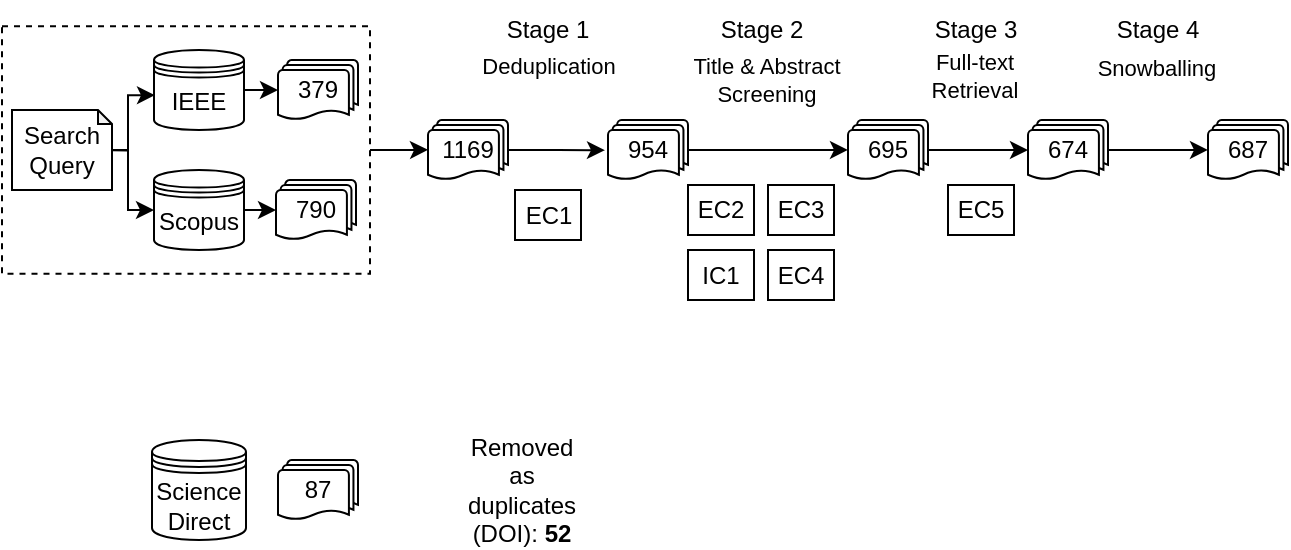
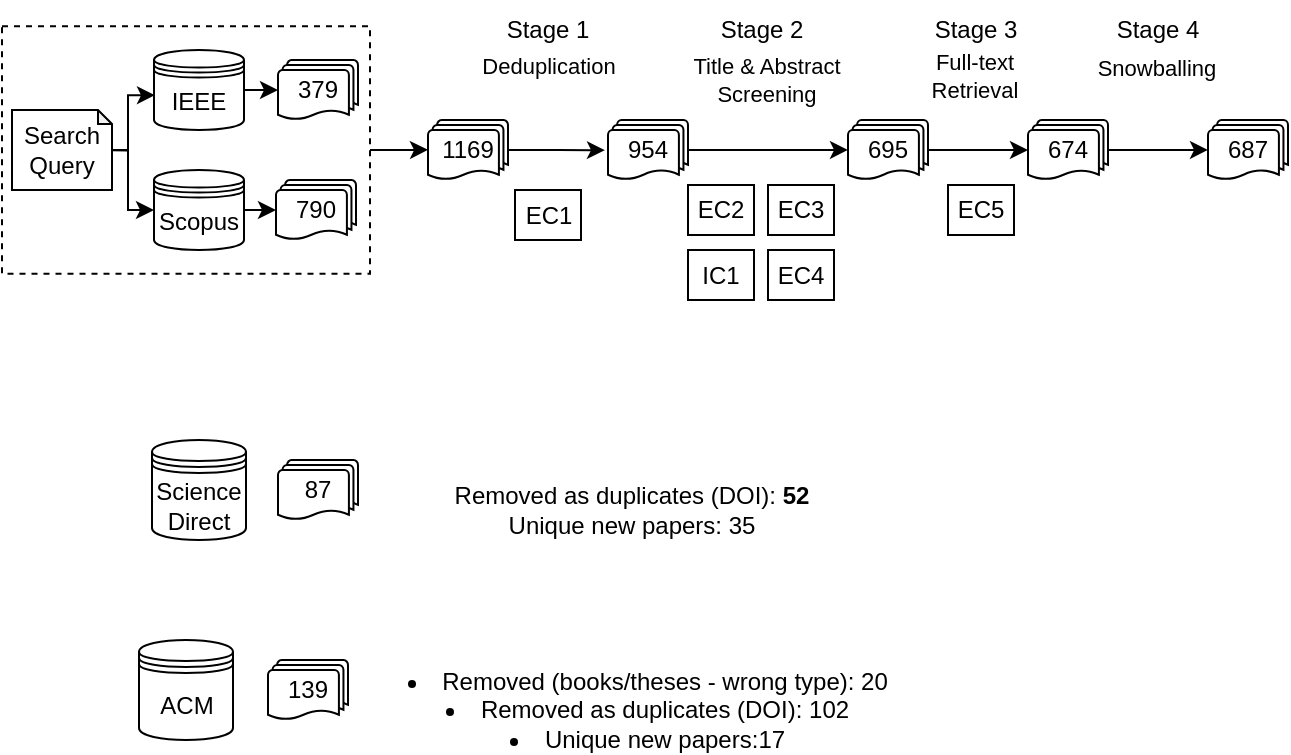
<mxfile host="app.diagrams.net" agent="Mozilla/5.0 (Windows NT 10.0; Win64; x64) AppleWebKit/537.36 (KHTML, like Gecko) Chrome/145.0.0.0 Safari/537.36">
  <diagram name="Page-1" id="EPD-pxOS8JDJHKGQRMdU">
-     <mxGraphModel dx="890" dy="476" grid="1" gridSize="10" guides="1" tooltips="1" connect="1" arrows="1" fold="1" page="1" pageScale="1" pageWidth="850" pageHeight="1100" math="0" shadow="0">
+     <mxGraphModel dx="686" dy="367" grid="1" gridSize="10" guides="1" tooltips="1" connect="1" arrows="1" fold="1" page="1" pageScale="1" pageWidth="850" pageHeight="1100" math="0" shadow="0">
      <root>
        <mxCell id="0" />
        <mxCell id="1" parent="0" />
        <mxCell id="lcWgrL02LOkPsSpJKyJC-1" edge="1" parent="1" source="lcWgrL02LOkPsSpJKyJC-2" style="edgeStyle=orthogonalEdgeStyle;rounded=0;orthogonalLoop=1;jettySize=auto;html=1;">
          <mxGeometry relative="1" as="geometry">
            <mxPoint x="360" y="204.87" as="targetPoint" />
          </mxGeometry>
        </mxCell>
        <mxCell id="lcWgrL02LOkPsSpJKyJC-2" parent="1" style="rounded=0;whiteSpace=wrap;html=1;dashed=1;movable=1;resizable=1;rotatable=1;deletable=1;editable=1;locked=0;connectable=1;" value="" vertex="1">
          <mxGeometry height="123.75" width="184" x="147" y="143.12" as="geometry" />
        </mxCell>
        <mxCell id="lcWgrL02LOkPsSpJKyJC-3" edge="1" parent="1" source="lcWgrL02LOkPsSpJKyJC-4" style="edgeStyle=orthogonalEdgeStyle;rounded=0;orthogonalLoop=1;jettySize=auto;html=1;entryX=0.011;entryY=0.565;entryDx=0;entryDy=0;entryPerimeter=0;" target="lcWgrL02LOkPsSpJKyJC-6">
          <mxGeometry relative="1" as="geometry">
            <Array as="points">
              <mxPoint x="210" y="205" />
              <mxPoint x="210" y="178" />
            </Array>
          </mxGeometry>
        </mxCell>
        <mxCell id="lcWgrL02LOkPsSpJKyJC-4" parent="1" style="shape=note;whiteSpace=wrap;html=1;backgroundOutline=1;darkOpacity=0.05;size=7;" value="Search&lt;div&gt;Query&lt;/div&gt;" vertex="1">
          <mxGeometry height="40" width="50" x="152" y="185" as="geometry" />
        </mxCell>
        <mxCell id="lcWgrL02LOkPsSpJKyJC-5" parent="1" style="shape=datastore;whiteSpace=wrap;html=1;" value="Scopus" vertex="1">
          <mxGeometry height="40" width="45" x="223" y="215" as="geometry" />
        </mxCell>
        <mxCell id="lcWgrL02LOkPsSpJKyJC-6" parent="1" style="shape=datastore;whiteSpace=wrap;html=1;" value="IEEE" vertex="1">
          <mxGeometry height="40" width="45" x="223" y="155" as="geometry" />
        </mxCell>
        <mxCell id="lcWgrL02LOkPsSpJKyJC-7" edge="1" parent="1" source="lcWgrL02LOkPsSpJKyJC-4" style="edgeStyle=orthogonalEdgeStyle;rounded=0;orthogonalLoop=1;jettySize=auto;html=1;entryX=0;entryY=0.5;entryDx=0;entryDy=0;exitX=1;exitY=0.504;exitDx=0;exitDy=0;exitPerimeter=0;" target="lcWgrL02LOkPsSpJKyJC-5">
          <mxGeometry relative="1" as="geometry">
            <Array as="points">
              <mxPoint x="210" y="205" />
              <mxPoint x="210" y="235" />
            </Array>
            <mxPoint x="170" y="205" as="sourcePoint" />
          </mxGeometry>
        </mxCell>
        <mxCell id="lcWgrL02LOkPsSpJKyJC-8" parent="1" style="strokeWidth=1;html=1;shape=mxgraph.flowchart.multi-document;whiteSpace=wrap;" value="790" vertex="1">
          <mxGeometry height="30" width="40" x="284" y="220" as="geometry" />
        </mxCell>
        <mxCell id="lcWgrL02LOkPsSpJKyJC-9" parent="1" style="strokeWidth=1;html=1;shape=mxgraph.flowchart.multi-document;whiteSpace=wrap;" value="379" vertex="1">
          <mxGeometry height="30" width="40" x="285" y="160" as="geometry" />
        </mxCell>
        <mxCell id="lcWgrL02LOkPsSpJKyJC-12" edge="1" parent="1" source="lcWgrL02LOkPsSpJKyJC-14" style="edgeStyle=orthogonalEdgeStyle;rounded=0;orthogonalLoop=1;jettySize=auto;html=1;entryX=-0.038;entryY=0.504;entryDx=0;entryDy=0;entryPerimeter=0;" target="lcWgrL02LOkPsSpJKyJC-17">
          <mxGeometry relative="1" as="geometry">
            <mxPoint x="470" y="205" as="targetPoint" />
          </mxGeometry>
        </mxCell>
        <mxCell id="lcWgrL02LOkPsSpJKyJC-13" connectable="0" parent="lcWgrL02LOkPsSpJKyJC-12" style="edgeLabel;html=1;align=center;verticalAlign=middle;resizable=0;points=[];" value="Deduplication" vertex="1">
          <mxGeometry relative="1" x="-0.0065" y="-1" as="geometry">
            <mxPoint x="-4" y="-43" as="offset" />
          </mxGeometry>
        </mxCell>
        <mxCell id="lcWgrL02LOkPsSpJKyJC-14" parent="1" style="strokeWidth=1;html=1;shape=mxgraph.flowchart.multi-document;whiteSpace=wrap;" value="1169" vertex="1">
          <mxGeometry height="30" width="40" x="360" y="190" as="geometry" />
        </mxCell>
        <mxCell id="lcWgrL02LOkPsSpJKyJC-15" edge="1" parent="1" source="lcWgrL02LOkPsSpJKyJC-17" style="edgeStyle=orthogonalEdgeStyle;rounded=0;orthogonalLoop=1;jettySize=auto;html=1;entryX=0;entryY=0.5;entryDx=0;entryDy=0;entryPerimeter=0;" target="lcWgrL02LOkPsSpJKyJC-19">
          <mxGeometry relative="1" as="geometry">
            <Array as="points" />
            <mxPoint x="570" y="205.00000000000006" as="targetPoint" />
          </mxGeometry>
        </mxCell>
        <mxCell id="lcWgrL02LOkPsSpJKyJC-16" connectable="0" parent="lcWgrL02LOkPsSpJKyJC-15" style="edgeLabel;html=1;align=center;verticalAlign=middle;resizable=0;points=[];" value="Title &amp;amp; Abstract&lt;div&gt;Screening&lt;/div&gt;" vertex="1">
          <mxGeometry relative="1" x="-0.1294" y="-1" as="geometry">
            <mxPoint x="4" y="-36" as="offset" />
          </mxGeometry>
        </mxCell>
        <mxCell id="lcWgrL02LOkPsSpJKyJC-17" parent="1" style="strokeWidth=1;html=1;shape=mxgraph.flowchart.multi-document;whiteSpace=wrap;" value="954" vertex="1">
          <mxGeometry height="30" width="40" x="450" y="189.99" as="geometry" />
        </mxCell>
        <mxCell id="lcWgrL02LOkPsSpJKyJC-18" parent="1" style="rounded=0;whiteSpace=wrap;html=1;" value="EC1" vertex="1">
          <mxGeometry height="25" width="33" x="403.5" y="225" as="geometry" />
        </mxCell>
        <mxCell id="lcWgrL02LOkPsSpJKyJC-19" parent="1" style="strokeWidth=1;html=1;shape=mxgraph.flowchart.multi-document;whiteSpace=wrap;" value="695" vertex="1">
          <mxGeometry height="30" width="40" x="570" y="189.99" as="geometry" />
        </mxCell>
        <mxCell id="lcWgrL02LOkPsSpJKyJC-20" parent="1" style="rounded=0;whiteSpace=wrap;html=1;" value="EC2" vertex="1">
          <mxGeometry height="25" width="33" x="490" y="222.5" as="geometry" />
        </mxCell>
        <mxCell id="lcWgrL02LOkPsSpJKyJC-21" parent="1" style="rounded=0;whiteSpace=wrap;html=1;" value="EC3" vertex="1">
          <mxGeometry height="25" width="33" x="530" y="222.5" as="geometry" />
        </mxCell>
        <mxCell id="lcWgrL02LOkPsSpJKyJC-22" parent="1" style="rounded=0;whiteSpace=wrap;html=1;" value="EC4" vertex="1">
          <mxGeometry height="25" width="33" x="530" y="255" as="geometry" />
        </mxCell>
        <mxCell id="3dYulXDm6Khn9t_g3C1X-1" edge="1" parent="1" source="lcWgrL02LOkPsSpJKyJC-23" style="edgeStyle=orthogonalEdgeStyle;rounded=0;orthogonalLoop=1;jettySize=auto;html=1;entryX=0;entryY=0.5;entryDx=0;entryDy=0;entryPerimeter=0;" target="3dYulXDm6Khn9t_g3C1X-2">
          <mxGeometry relative="1" as="geometry">
            <mxPoint x="850" y="205" as="targetPoint" />
          </mxGeometry>
        </mxCell>
        <mxCell id="3dYulXDm6Khn9t_g3C1X-3" connectable="0" parent="3dYulXDm6Khn9t_g3C1X-1" style="edgeLabel;html=1;align=center;verticalAlign=middle;resizable=0;points=[];" value="Snowballing" vertex="1">
          <mxGeometry relative="1" x="-0.0421" as="geometry">
            <mxPoint y="-41" as="offset" />
          </mxGeometry>
        </mxCell>
        <mxCell id="lcWgrL02LOkPsSpJKyJC-23" parent="1" style="strokeWidth=1;html=1;shape=mxgraph.flowchart.multi-document;whiteSpace=wrap;" value="674" vertex="1">
          <mxGeometry height="30" width="40" x="660" y="190" as="geometry" />
        </mxCell>
        <mxCell id="lcWgrL02LOkPsSpJKyJC-24" edge="1" parent="1" source="lcWgrL02LOkPsSpJKyJC-19" style="edgeStyle=orthogonalEdgeStyle;rounded=0;orthogonalLoop=1;jettySize=auto;html=1;entryX=0;entryY=0.5;entryDx=0;entryDy=0;entryPerimeter=0;" target="lcWgrL02LOkPsSpJKyJC-23">
          <mxGeometry relative="1" as="geometry" />
        </mxCell>
        <mxCell id="lcWgrL02LOkPsSpJKyJC-25" connectable="0" parent="lcWgrL02LOkPsSpJKyJC-24" style="edgeLabel;html=1;align=center;verticalAlign=middle;resizable=0;points=[];" value="Full-text&lt;div&gt;Retrieval&lt;/div&gt;" vertex="1">
          <mxGeometry relative="1" x="-0.1099" y="1" as="geometry">
            <mxPoint y="-36" as="offset" />
          </mxGeometry>
        </mxCell>
        <mxCell id="lcWgrL02LOkPsSpJKyJC-26" parent="1" style="rounded=0;whiteSpace=wrap;html=1;" value="EC5" vertex="1">
          <mxGeometry height="25" width="33" x="620" y="222.5" as="geometry" />
        </mxCell>
        <mxCell id="lcWgrL02LOkPsSpJKyJC-27" parent="1" style="rounded=0;whiteSpace=wrap;html=1;" value="IC1" vertex="1">
          <mxGeometry height="25" width="33" x="490" y="255" as="geometry" />
        </mxCell>
        <mxCell id="lcWgrL02LOkPsSpJKyJC-28" parent="1" style="text;html=1;whiteSpace=wrap;strokeColor=none;fillColor=none;align=center;verticalAlign=middle;rounded=0;" value="Stage 1" vertex="1">
          <mxGeometry height="30" width="60" x="390" y="130" as="geometry" />
        </mxCell>
        <mxCell id="lcWgrL02LOkPsSpJKyJC-29" parent="1" style="text;html=1;whiteSpace=wrap;strokeColor=none;fillColor=none;align=center;verticalAlign=middle;rounded=0;" value="Stage 2" vertex="1">
          <mxGeometry height="30" width="60" x="497" y="130" as="geometry" />
        </mxCell>
        <mxCell id="lcWgrL02LOkPsSpJKyJC-30" parent="1" style="text;html=1;whiteSpace=wrap;strokeColor=none;fillColor=none;align=center;verticalAlign=middle;rounded=0;" value="Stage 3" vertex="1">
          <mxGeometry height="30" width="60" x="604" y="130" as="geometry" />
        </mxCell>
        <mxCell id="3dYulXDm6Khn9t_g3C1X-2" parent="1" style="strokeWidth=1;html=1;shape=mxgraph.flowchart.multi-document;whiteSpace=wrap;" value="687" vertex="1">
          <mxGeometry height="30" width="40" x="750" y="189.99" as="geometry" />
        </mxCell>
        <mxCell id="3dYulXDm6Khn9t_g3C1X-7" parent="1" style="text;html=1;whiteSpace=wrap;strokeColor=none;fillColor=none;align=center;verticalAlign=middle;rounded=0;" value="Stage 4" vertex="1">
          <mxGeometry height="30" width="60" x="695" y="130" as="geometry" />
        </mxCell>
        <mxCell id="3dYulXDm6Khn9t_g3C1X-10" edge="1" parent="1" source="lcWgrL02LOkPsSpJKyJC-5" style="edgeStyle=orthogonalEdgeStyle;rounded=0;orthogonalLoop=1;jettySize=auto;html=1;entryX=0;entryY=0.5;entryDx=0;entryDy=0;entryPerimeter=0;" target="lcWgrL02LOkPsSpJKyJC-8">
          <mxGeometry relative="1" as="geometry">
            <Array as="points">
              <mxPoint x="260" y="235" />
              <mxPoint x="260" y="235" />
            </Array>
          </mxGeometry>
        </mxCell>
        <mxCell id="3dYulXDm6Khn9t_g3C1X-11" edge="1" parent="1" source="lcWgrL02LOkPsSpJKyJC-6" style="edgeStyle=orthogonalEdgeStyle;rounded=0;orthogonalLoop=1;jettySize=auto;html=1;entryX=0;entryY=0.5;entryDx=0;entryDy=0;entryPerimeter=0;" target="lcWgrL02LOkPsSpJKyJC-9">
          <mxGeometry relative="1" as="geometry">
            <Array as="points">
              <mxPoint x="285" y="175" />
            </Array>
          </mxGeometry>
        </mxCell>
        <mxCell id="3dYulXDm6Khn9t_g3C1X-12" edge="1" parent="1" source="lcWgrL02LOkPsSpJKyJC-22" style="edgeStyle=orthogonalEdgeStyle;rounded=0;orthogonalLoop=1;jettySize=auto;html=1;exitX=0.5;exitY=1;exitDx=0;exitDy=0;" target="lcWgrL02LOkPsSpJKyJC-22">
          <mxGeometry relative="1" as="geometry" />
        </mxCell>
        <mxCell id="uM7LAKjQwFEnnQu7Dd1V-1" parent="1" style="shape=datastore;whiteSpace=wrap;html=1;" value="Science&lt;div&gt;Direct&lt;/div&gt;" vertex="1">
          <mxGeometry height="50" width="47" x="222" y="350" as="geometry" />
        </mxCell>
        <mxCell id="uM7LAKjQwFEnnQu7Dd1V-2" parent="1" style="strokeWidth=1;html=1;shape=mxgraph.flowchart.multi-document;whiteSpace=wrap;" value="87" vertex="1">
          <mxGeometry height="30" width="40" x="285" y="360" as="geometry" />
        </mxCell>
-         <mxCell id="uM7LAKjQwFEnnQu7Dd1V-3" parent="1" style="text;html=1;whiteSpace=wrap;strokeColor=none;fillColor=none;align=center;verticalAlign=middle;rounded=0;" value="Removed as duplicates (DOI): &lt;strong&gt;52&lt;/strong&gt;" vertex="1">
-           <mxGeometry height="30" width="60" x="376.5" y="360" as="geometry" />
+         <mxCell id="uM7LAKjQwFEnnQu7Dd1V-3" parent="1" style="text;html=1;whiteSpace=wrap;strokeColor=none;fillColor=none;align=center;verticalAlign=middle;rounded=0;" value="Removed as duplicates (DOI): &lt;strong&gt;52&lt;/strong&gt;&lt;div&gt;Unique new papers: 35&lt;strong&gt;&lt;/strong&gt;&lt;/div&gt;" vertex="1">
+           <mxGeometry height="30" width="183.5" x="370" y="370" as="geometry" />
+         </mxCell>
+         <mxCell id="uM7LAKjQwFEnnQu7Dd1V-4" parent="1" style="text;html=1;whiteSpace=wrap;strokeColor=none;fillColor=none;align=center;verticalAlign=middle;rounded=0;" value="&lt;li class=&quot;font-claude-response-body whitespace-normal break-words pl-2&quot;&gt;Removed (books/theses - wrong type): 20&lt;/li&gt;&lt;li class=&quot;font-claude-response-body whitespace-normal break-words pl-2&quot;&gt;Removed as duplicates (DOI): 102&lt;/li&gt;&lt;li class=&quot;font-claude-response-body whitespace-normal break-words pl-2&quot;&gt;Unique new papers:17&lt;/li&gt;" vertex="1">
+           <mxGeometry height="30" width="250" x="345" y="470" as="geometry" />
+         </mxCell>
+         <mxCell id="uM7LAKjQwFEnnQu7Dd1V-5" parent="1" style="shape=datastore;whiteSpace=wrap;html=1;" value="ACM" vertex="1">
+           <mxGeometry height="50" width="47" x="215.5" y="450" as="geometry" />
+         </mxCell>
+         <mxCell id="uM7LAKjQwFEnnQu7Dd1V-6" parent="1" style="strokeWidth=1;html=1;shape=mxgraph.flowchart.multi-document;whiteSpace=wrap;" value="139" vertex="1">
+           <mxGeometry height="30" width="40" x="280" y="460" as="geometry" />
        </mxCell>
      </root>
    </mxGraphModel>
  </diagram>
</mxfile>
